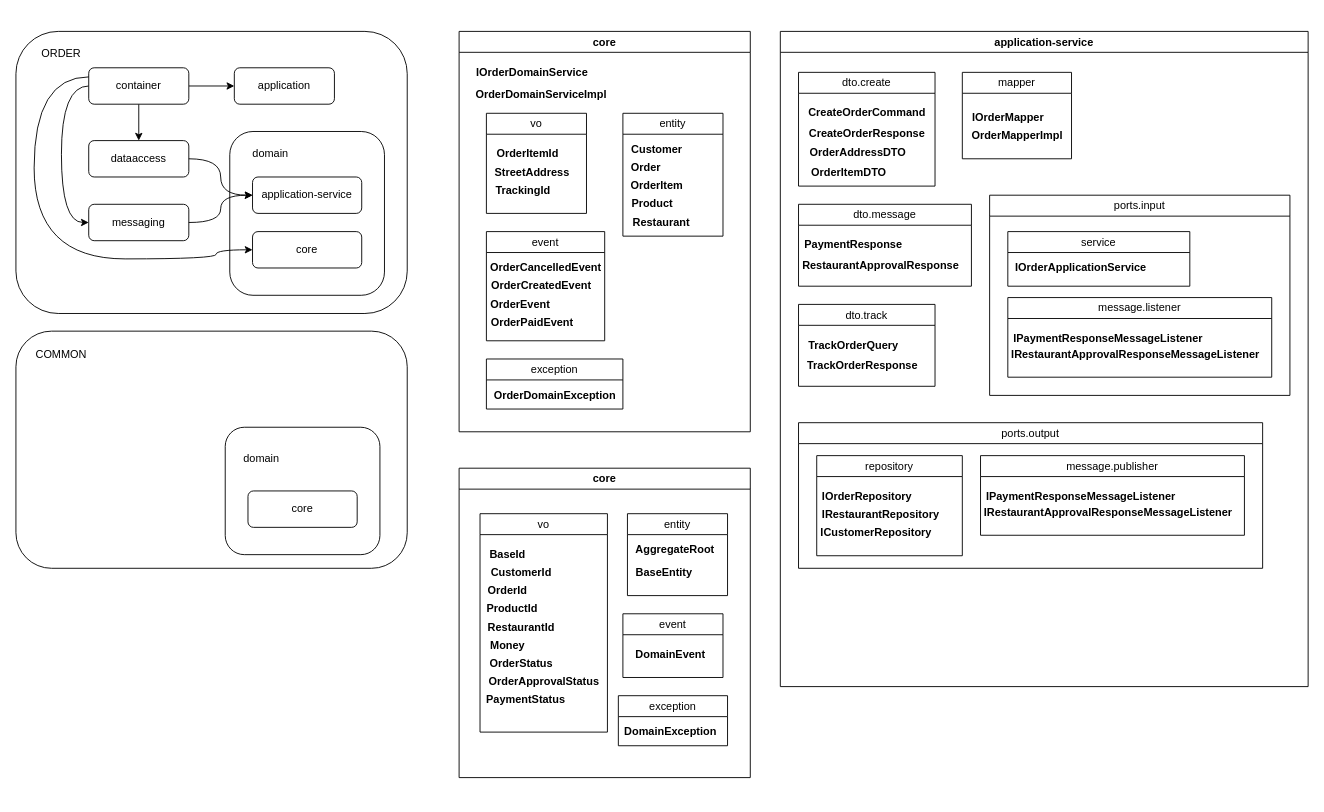
Before: jays-fos-blueprint1.drawio in jays-codes/diagrams, a draw.io diagram. Source tidied: cells renumbered, new cells numbered last; positions are measured from the earlier drawing's top-left corner, leaving out a move shared by most shapes. Both pictures are drawn from the tidied source at 91%, with x=0, y=0 at pixel (15, 31).
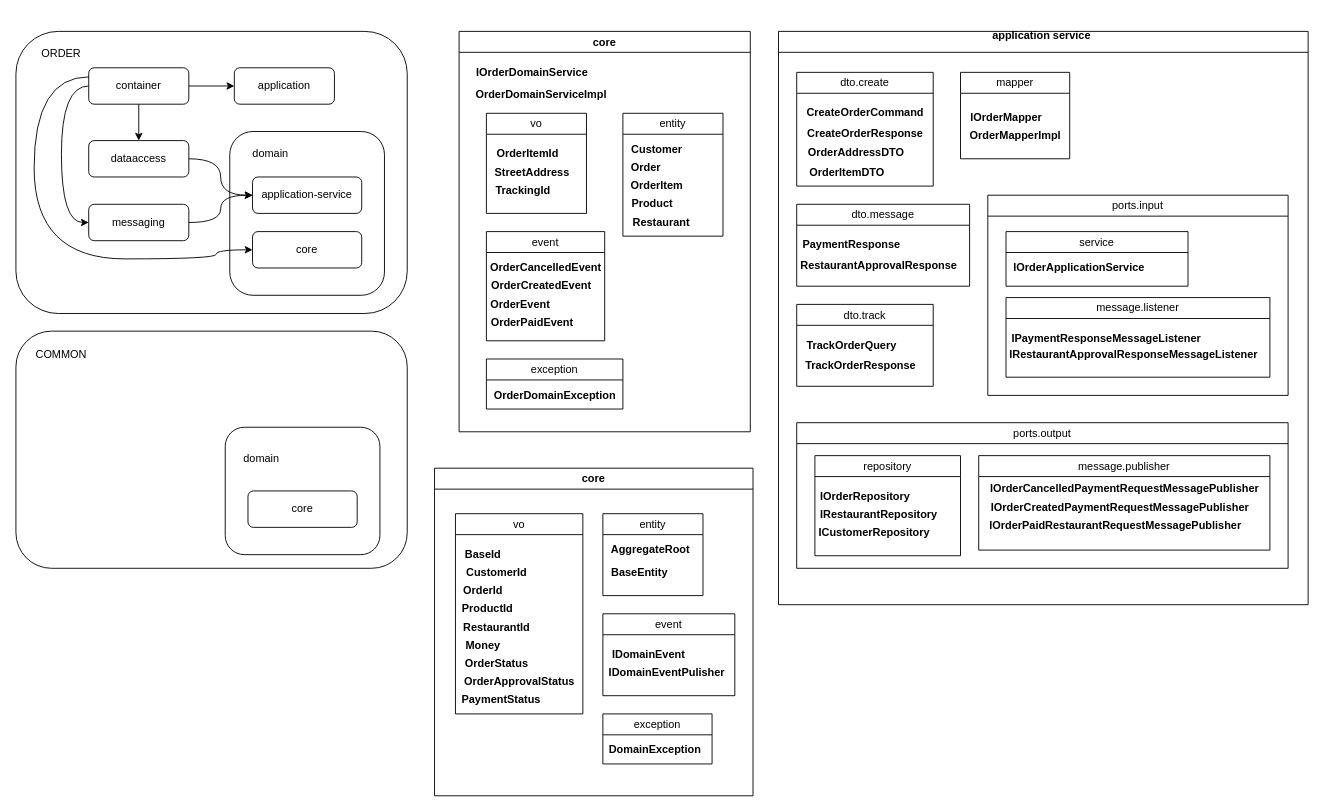
The same diagram, later.

Diff of the diagram source:
```diff
@@
-    <mxCell id="2" value="application-service" style="swimlane;whiteSpace=wrap;html=1;" parent="1" vertex="1">
-      <mxGeometry x="840" width="580" height="720" as="geometry" />
+    <mxCell id="2" value="&lt;br&gt;&lt;span style=&quot;background-color: initial;&quot;&gt;application service&amp;nbsp;&lt;/span&gt;&lt;br&gt;&lt;br&gt;&lt;div style=&quot;forced-color-adjust: none;&quot;&gt;&lt;br&gt;&lt;/div&gt;" style="swimlane;whiteSpace=wrap;html=1;align=center;startSize=23;" parent="1" vertex="1">
+      <mxGeometry x="838" width="582" height="630" as="geometry" />
     </mxCell>
@@
     <mxCell id="23" value="&lt;span style=&quot;font-weight: normal;&quot;&gt;ports.output&lt;/span&gt;" style="swimlane;whiteSpace=wrap;html=1;align=center;" parent="2" vertex="1">
-      <mxGeometry x="20" y="430" width="510" height="160" as="geometry" />
+      <mxGeometry x="20" y="430" width="540" height="160" as="geometry" />
     </mxCell>
@@
-    <mxCell id="28" value="&lt;span style=&quot;font-weight: normal;&quot;&gt;message.publisher&lt;/span&gt;" style="swimlane;whiteSpace=wrap;html=1;align=center;" parent="23" vertex="1">
-      <mxGeometry x="200" y="36.2" width="290" height="87.5" as="geometry" />
+    <mxCell id="28" value="&lt;span style=&quot;font-weight: normal;&quot;&gt;message.publisher&lt;/span&gt;" style="swimlane;whiteSpace=wrap;html=1;align=center;startSize=23;" parent="23" vertex="1">
+      <mxGeometry x="200" y="36.2" width="320" height="103.8" as="geometry" />
     </mxCell>
-    <mxCell id="29" value="IPaymentResponseMessageListener" style="text;html=1;align=center;verticalAlign=middle;strokeColor=none;fillColor=none;fontStyle=1;" parent="28" vertex="1">
-      <mxGeometry y="30" width="220" height="30" as="geometry" />
-    </mxCell>
-    <mxCell id="30" value="IRestaurantApprovalResponse&lt;span style=&quot;background-color: initial;&quot;&gt;MessageListener&lt;/span&gt;" style="text;html=1;align=center;verticalAlign=middle;strokeColor=none;fillColor=none;fontStyle=1;" parent="28" vertex="1">
-      <mxGeometry y="47.5" width="280" height="30" as="geometry" />
-    </mxCell>
+    <mxCell id="91" value="IOrderCancelledPaymentRequestMessagePublisher&lt;div&gt;&lt;br&gt;&lt;/div&gt;" style="text;html=1;align=center;verticalAlign=middle;strokeColor=none;fillColor=none;fontStyle=1;" parent="28" vertex="1">
+      <mxGeometry x="10" y="23.8" width="300" height="40" as="geometry" />
+    </mxCell>
+    <mxCell id="92" value="IOrderCreatedPaymentRequestMessagePublisher&lt;div&gt;&lt;br&gt;&lt;/div&gt;" style="text;html=1;align=center;verticalAlign=middle;strokeColor=none;fillColor=none;fontStyle=1;" parent="28" vertex="1">
+      <mxGeometry x="10" y="45" width="290" height="40" as="geometry" />
+    </mxCell>
+    <mxCell id="93" value="IOrderPaidRestaurantRequestMessagePublisher&lt;div&gt;&lt;br&gt;&lt;/div&gt;" style="text;html=1;align=center;verticalAlign=middle;strokeColor=none;fillColor=none;fontStyle=1;" parent="28" vertex="1">
+      <mxGeometry x="10" y="63.8" width="280" height="40" as="geometry" />
+    </mxCell>
@@
     <mxCell id="73" value="core" style="swimlane;whiteSpace=wrap;html=1;" parent="1" vertex="1">
-      <mxGeometry x="487" y="480" width="320" height="340" as="geometry" />
+      <mxGeometry x="460" y="480" width="350" height="360" as="geometry" />
     </mxCell>
     <mxCell id="74" value="&lt;span style=&quot;font-weight: normal;&quot;&gt;vo&lt;/span&gt;" style="swimlane;whiteSpace=wrap;html=1;align=center;" parent="73" vertex="1">
-      <mxGeometry x="23" y="50" width="140" height="240" as="geometry" />
+      <mxGeometry x="23" y="50" width="140" height="220" as="geometry" />
     </mxCell>
@@
     <mxCell id="84" value="&lt;span style=&quot;font-weight: normal;&quot;&gt;event&lt;/span&gt;" style="swimlane;whiteSpace=wrap;html=1;align=center;" parent="73" vertex="1">
-      <mxGeometry x="180" y="160" width="110" height="70" as="geometry" />
+      <mxGeometry x="185" y="160" width="145" height="90" as="geometry" />
     </mxCell>
-    <mxCell id="85" value="DomainEvent" style="text;html=1;align=center;verticalAlign=middle;strokeColor=none;fillColor=none;fontStyle=1;" parent="84" vertex="1">
-      <mxGeometry x="2" y="30" width="100" height="30" as="geometry" />
+    <mxCell id="85" value="IDomainEvent" style="text;html=1;align=center;verticalAlign=middle;strokeColor=none;fillColor=none;fontStyle=1;" parent="84" vertex="1">
+      <mxGeometry y="30" width="100" height="30" as="geometry" />
     </mxCell>
+    <mxCell id="94" value="IDomainEventPulisher" style="text;html=1;align=center;verticalAlign=middle;strokeColor=none;fillColor=none;fontStyle=1;" parent="84" vertex="1">
+      <mxGeometry y="50" width="140" height="30" as="geometry" />
+    </mxCell>
     <mxCell id="86" value="&lt;span style=&quot;font-weight: normal;&quot;&gt;exception&lt;/span&gt;" style="swimlane;whiteSpace=wrap;html=1;align=center;" parent="73" vertex="1">
-      <mxGeometry x="175" y="250" width="120" height="55" as="geometry" />
+      <mxGeometry x="185" y="270" width="120" height="55" as="geometry" />
     </mxCell>
```
